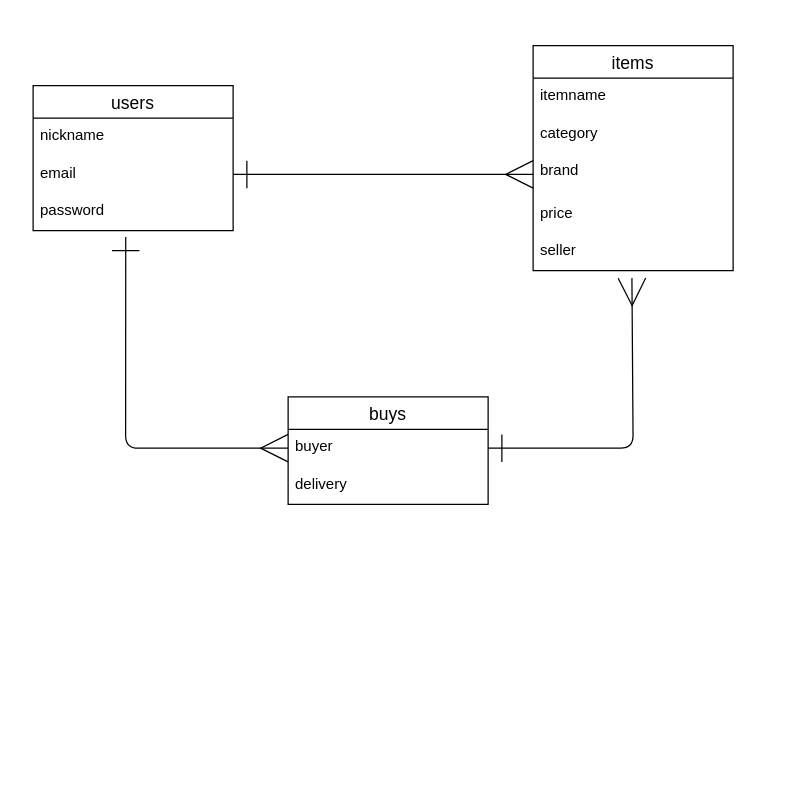
Earlier version of the draw.io diagram furima.dio (yauyouyou/furima-39451). Source tidied: cells renumbered, new cells numbered last; positions are measured from the earlier drawing's top-left corner, leaving out a move shared by most shapes. Both pictures are drawn from the tidied source at 125%, with x=0, y=0 at pixel (32, 45).
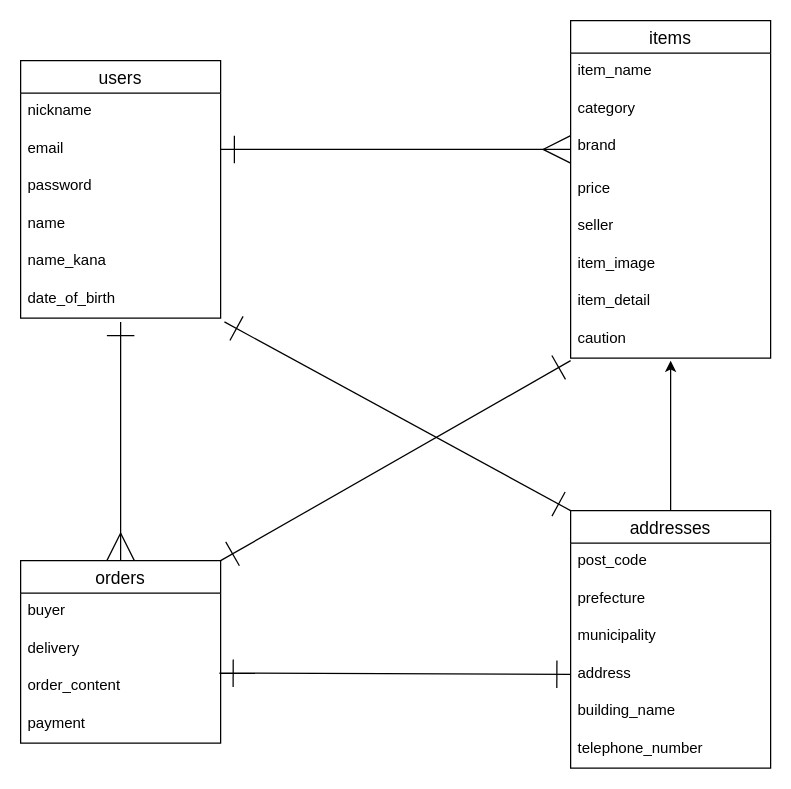
Above is the later version.

Unchanged cells that the change refers to:
```xml
<mxCell id="5" value="password" style="text;strokeColor=none;fillColor=none;spacingLeft=4;spacingRight=4;overflow=hidden;points=[[0,0.5],[1,0.5]];portConstraint=eastwest;fontSize=12;" parent="2" vertex="1">
  <mxGeometry y="86" width="160" height="30" as="geometry" />
</mxCell>
<mxCell id="11" value="seller&#10;" style="text;strokeColor=none;fillColor=none;spacingLeft=4;spacingRight=4;overflow=hidden;points=[[0,0.5],[1,0.5]];portConstraint=eastwest;fontSize=12;" parent="6" vertex="1">
  <mxGeometry y="150" width="160" height="30" as="geometry" />
</mxCell>
<mxCell id="13" value="buyer" style="text;strokeColor=none;fillColor=none;spacingLeft=4;spacingRight=4;overflow=hidden;points=[[0,0.5],[1,0.5]];portConstraint=eastwest;fontSize=12;" parent="12" vertex="1">
  <mxGeometry y="26" width="160" height="30" as="geometry" />
</mxCell>
```

The edit, as a diff of the source:
```diff
@@
     <mxCell id="2" value="users" style="swimlane;fontStyle=0;horizontal=1;startSize=26;align=center;fontSize=14;" parent="1" vertex="1">
-      <mxGeometry y="32" width="160" height="116" as="geometry" />
+      <mxGeometry x="-10" y="12" width="160" height="206" as="geometry" />
     </mxCell>
@@
+    <mxCell id="18" value="name" style="text;strokeColor=none;fillColor=none;spacingLeft=4;spacingRight=4;overflow=hidden;fontSize=12;" parent="2" vertex="1">
+      <mxGeometry y="116" width="160" height="30" as="geometry" />
+    </mxCell>
+    <mxCell id="19" value="name_kana" style="text;strokeColor=none;fillColor=none;spacingLeft=4;spacingRight=4;overflow=hidden;fontSize=12;" parent="2" vertex="1">
+      <mxGeometry y="146" width="160" height="30" as="geometry" />
+    </mxCell>
+    <mxCell id="20" value="date_of_birth" style="text;strokeColor=none;fillColor=none;spacingLeft=4;spacingRight=4;overflow=hidden;points=[[0,0.5],[1,0.5]];portConstraint=eastwest;fontSize=12;" parent="2" vertex="1">
+      <mxGeometry y="176" width="160" height="30" as="geometry" />
+    </mxCell>
     <mxCell id="6" value="items" style="swimlane;fontStyle=0;horizontal=1;startSize=26;align=center;fontSize=14;" parent="1" vertex="1">
-      <mxGeometry x="400" width="160" height="180" as="geometry" />
+      <mxGeometry x="430" y="-20" width="160" height="270" as="geometry" />
     </mxCell>
-    <mxCell id="7" value="itemname" style="text;strokeColor=none;fillColor=none;spacingLeft=4;spacingRight=4;overflow=hidden;fontSize=12;" parent="6" vertex="1">
+    <mxCell id="7" value="item_name" style="text;strokeColor=none;fillColor=none;spacingLeft=4;spacingRight=4;overflow=hidden;fontSize=12;" parent="6" vertex="1">
       <mxGeometry y="26" width="160" height="30" as="geometry" />
     </mxCell>
@@
+    <mxCell id="21" value="item_image" style="text;strokeColor=none;fillColor=none;spacingLeft=4;spacingRight=4;overflow=hidden;fontSize=12;" parent="6" vertex="1">
+      <mxGeometry y="180" width="160" height="30" as="geometry" />
+    </mxCell>
+    <mxCell id="22" value="item_detail" style="text;strokeColor=none;fillColor=none;spacingLeft=4;spacingRight=4;overflow=hidden;fontSize=12;" parent="6" vertex="1">
+      <mxGeometry y="210" width="160" height="30" as="geometry" />
+    </mxCell>
+    <mxCell id="23" value="caution&#10;" style="text;strokeColor=none;fillColor=none;spacingLeft=4;spacingRight=4;overflow=hidden;points=[[0,0.5],[1,0.5]];portConstraint=eastwest;fontSize=12;" parent="6" vertex="1">
+      <mxGeometry y="240" width="160" height="30" as="geometry" />
+    </mxCell>
+    <mxCell id="24" style="edgeStyle=none;html=1;exitX=0.5;exitY=0;exitDx=0;exitDy=0;entryX=0.5;entryY=1.1;entryDx=0;entryDy=0;entryPerimeter=0;endSize=20;startSize=20;endArrow=ERone;endFill=0;startArrow=ERmany;startFill=0;" parent="1" edge="1" source="12" target="20">
+      <mxGeometry relative="1" as="geometry" />
+    </mxCell>
+    <mxCell id="25" style="edgeStyle=none;html=1;exitX=1;exitY=0;exitDx=0;exitDy=0;endSize=20;startSize=20;endArrow=ERone;endFill=0;startArrow=ERone;startFill=0;" parent="1" edge="1" source="12">
+      <mxGeometry relative="1" as="geometry">
+        <mxPoint x="430" y="252" as="targetPoint" />
+      </mxGeometry>
+    </mxCell>
-    <mxCell id="12" value="buys" style="swimlane;fontStyle=0;horizontal=1;startSize=26;align=center;fontSize=14;" parent="1" vertex="1">
-      <mxGeometry x="204" y="281" width="160" height="86" as="geometry" />
+    <mxCell id="12" value="orders" style="swimlane;fontStyle=0;horizontal=1;startSize=26;align=center;fontSize=14;" parent="1" vertex="1">
+      <mxGeometry x="-10" y="412" width="160" height="146" as="geometry" />
     </mxCell>
@@
-    <mxCell id="15" style="edgeStyle=none;html=1;exitX=0;exitY=0.5;exitDx=0;exitDy=0;entryX=0.463;entryY=1.167;entryDx=0;entryDy=0;entryPerimeter=0;endArrow=ERone;endFill=0;endSize=20;startSize=20;startArrow=ERmany;startFill=0;" parent="1" edge="1" source="13" target="5">
-      <mxGeometry relative="1" as="geometry">
-        <Array as="points">
-          <mxPoint x="74" y="322" />
-        </Array>
-      </mxGeometry>
-    </mxCell>
-    <mxCell id="16" style="edgeStyle=none;html=1;exitX=1;exitY=0.5;exitDx=0;exitDy=0;entryX=0.494;entryY=1.2;entryDx=0;entryDy=0;entryPerimeter=0;startArrow=ERone;startFill=0;startSize=20;endSize=20;endArrow=ERmany;endFill=0;" parent="1" edge="1" source="13" target="11">
-      <mxGeometry relative="1" as="geometry">
-        <Array as="points">
-          <mxPoint x="480" y="322" />
-        </Array>
-      </mxGeometry>
-    </mxCell>
+    <mxCell id="26" value="order_content" style="text;strokeColor=none;fillColor=none;spacingLeft=4;spacingRight=4;overflow=hidden;points=[[0,0.5],[1,0.5]];portConstraint=eastwest;fontSize=12;" parent="12" vertex="1">
+      <mxGeometry y="86" width="160" height="30" as="geometry" />
+    </mxCell>
+    <mxCell id="27" value="payment" style="text;strokeColor=none;fillColor=none;spacingLeft=4;spacingRight=4;overflow=hidden;fontSize=12;" parent="12" vertex="1">
+      <mxGeometry y="116" width="160" height="30" as="geometry" />
+    </mxCell>
@@
+    <mxCell id="28" style="edgeStyle=none;html=1;exitX=0.5;exitY=0;exitDx=0;exitDy=0;entryX=0.5;entryY=1.067;entryDx=0;entryDy=0;entryPerimeter=0;" parent="1" edge="1" source="30" target="23">
+      <mxGeometry relative="1" as="geometry" />
+    </mxCell>
+    <mxCell id="29" style="edgeStyle=none;html=1;exitX=0;exitY=0;exitDx=0;exitDy=0;entryX=1.019;entryY=1.1;entryDx=0;entryDy=0;entryPerimeter=0;endSize=20;startSize=20;endArrow=ERone;endFill=0;startArrow=ERone;startFill=0;" parent="1" edge="1" source="30" target="20">
+      <mxGeometry relative="1" as="geometry" />
+    </mxCell>
+    <mxCell id="30" value="addresses" style="swimlane;fontStyle=0;horizontal=1;startSize=26;align=center;fontSize=14;" parent="1" vertex="1">
+      <mxGeometry x="430" y="372" width="160" height="206" as="geometry" />
+    </mxCell>
+    <mxCell id="31" value="post_code" style="text;strokeColor=none;fillColor=none;spacingLeft=4;spacingRight=4;overflow=hidden;fontSize=12;" parent="30" vertex="1">
+      <mxGeometry y="26" width="160" height="30" as="geometry" />
+    </mxCell>
+    <mxCell id="32" value="prefecture" style="text;strokeColor=none;fillColor=none;spacingLeft=4;spacingRight=4;overflow=hidden;fontSize=12;" parent="30" vertex="1">
+      <mxGeometry y="56" width="160" height="30" as="geometry" />
+    </mxCell>
+    <mxCell id="33" value="municipality " style="text;strokeColor=none;fillColor=none;spacingLeft=4;spacingRight=4;overflow=hidden;fontSize=12;" parent="30" vertex="1">
+      <mxGeometry y="86" width="160" height="30" as="geometry" />
+    </mxCell>
+    <mxCell id="34" value="address" style="text;strokeColor=none;fillColor=none;spacingLeft=4;spacingRight=4;overflow=hidden;points=[[0,0.5],[1,0.5]];portConstraint=eastwest;fontSize=12;" parent="30" vertex="1">
+      <mxGeometry y="116" width="160" height="30" as="geometry" />
+    </mxCell>
+    <mxCell id="35" value="building_name" style="text;strokeColor=none;fillColor=none;spacingLeft=4;spacingRight=4;overflow=hidden;fontSize=12;" parent="30" vertex="1">
+      <mxGeometry y="146" width="160" height="30" as="geometry" />
+    </mxCell>
+    <mxCell id="36" value="telephone_number" style="text;strokeColor=none;fillColor=none;spacingLeft=4;spacingRight=4;overflow=hidden;fontSize=12;" parent="30" vertex="1">
+      <mxGeometry y="176" width="160" height="30" as="geometry" />
+    </mxCell>
+    <mxCell id="37" style="edgeStyle=none;html=1;exitX=0;exitY=0.5;exitDx=0;exitDy=0;entryX=0.994;entryY=0.133;entryDx=0;entryDy=0;entryPerimeter=0;endSize=20;startSize=20;endArrow=ERone;endFill=0;startArrow=ERone;startFill=0;" parent="1" edge="1" source="34" target="26">
+      <mxGeometry relative="1" as="geometry" />
+    </mxCell>
```
